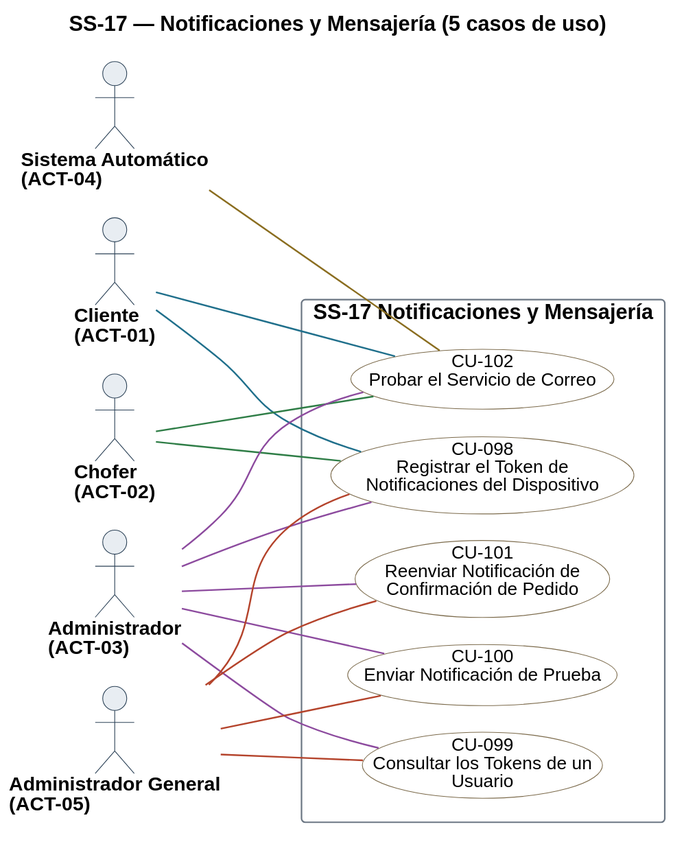
Before: diagramas/uml/CU_SS-17_Notificaciones-Y-Mensajeria.svg, a diagram exported from PlantUML (Nahuelito-Dev/splg-docs).
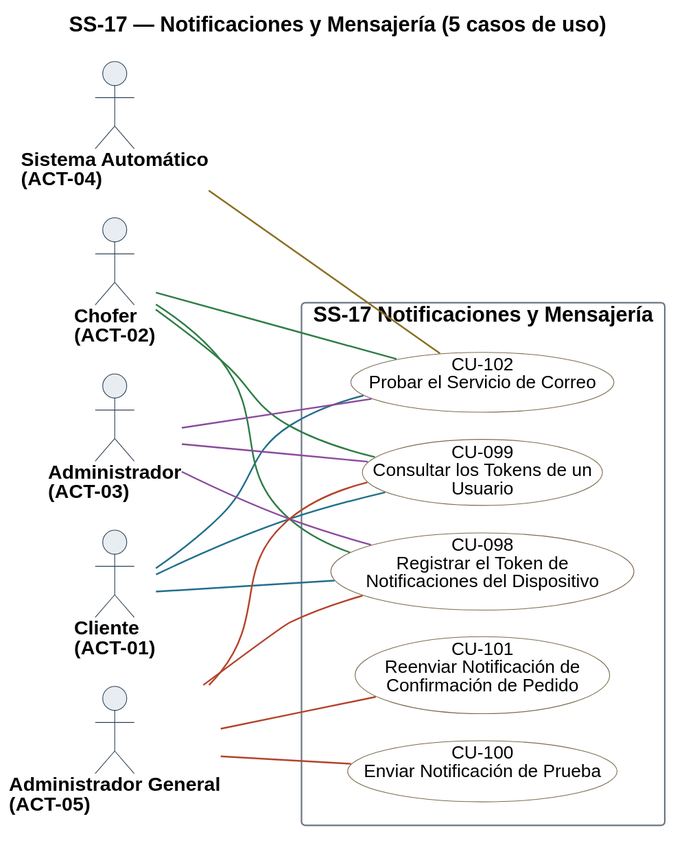
The same file after the commit.

The edit, as a diff of the source:
```diff
@@ -49,13 +49,13 @@
 }
 
 A01 -[#1F6F8B]- U098
+A01 -[#1F6F8B]- U099
 A01 -[#1F6F8B]- U102
 A02 -[#2E7D46]- U098
+A02 -[#2E7D46]- U099
 A02 -[#2E7D46]- U102
 A03 -[#8C4A9E]- U098
 A03 -[#8C4A9E]- U099
-A03 -[#8C4A9E]- U100
-A03 -[#8C4A9E]- U101
 A03 -[#8C4A9E]- U102
 A04 -[#8A6D1F]- U102
 A05 -[#B4432B]- U098
```
